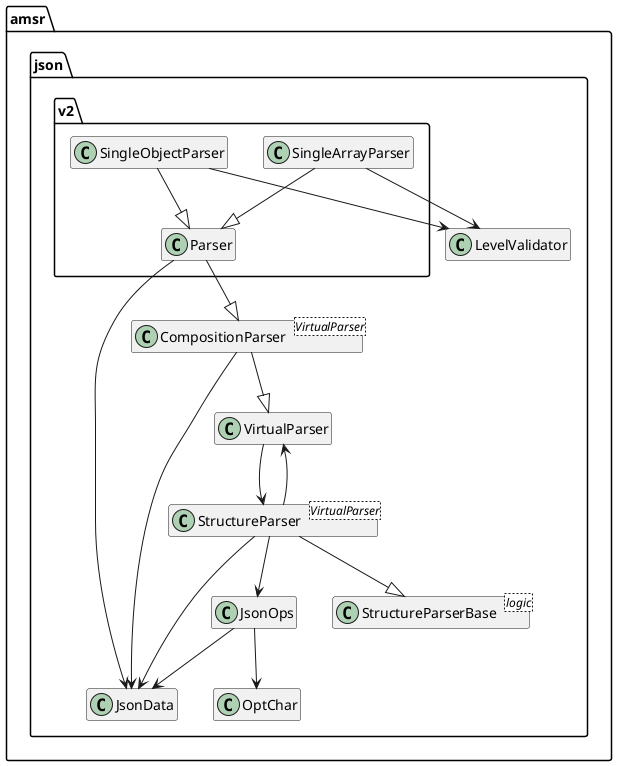
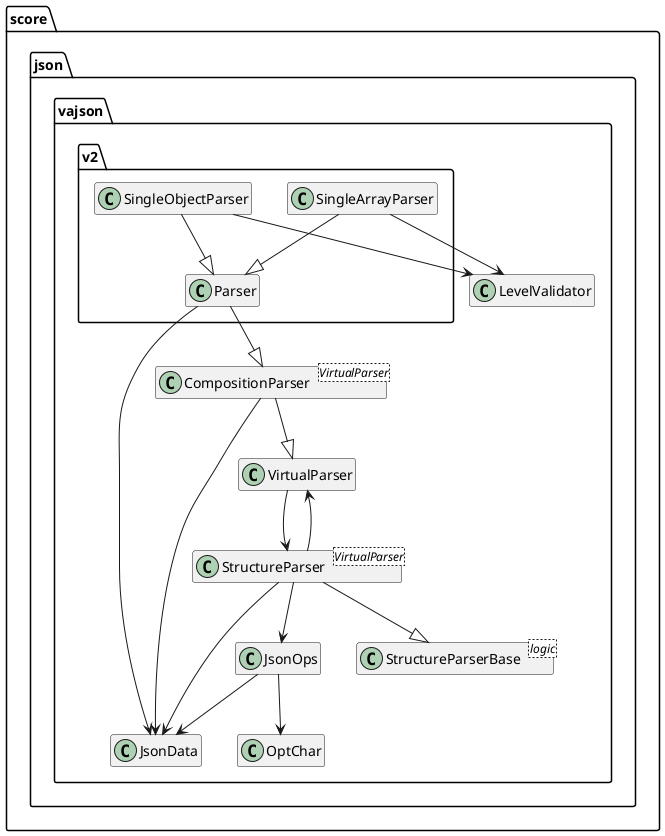
@startuml
hide empty members
set namespaceSeparator ::
- namespace amsr {
+ namespace score {
namespace json {
+ namespace vajson {

   class LevelValidator {}

   class CompositionParser<VirtualParser> {}

   class VirtualParser {}

   class StructureParser<VirtualParser> {}
   class StructureParserBase<logic> {}

   class JsonData {}
   class JsonOps {}

   namespace v2 {
      class SingleArrayParser {}

      class SingleObjectParser {}

      class Parser {}

      SingleArrayParser --|> Parser
-       SingleArrayParser --> amsr::json::LevelValidator
+       SingleArrayParser --> score::json::vajson::LevelValidator

      SingleObjectParser --|> Parser
-       SingleObjectParser --> amsr::json::LevelValidator
+       SingleObjectParser --> score::json::vajson::LevelValidator

-       Parser --|> amsr::json::CompositionParser
-       Parser --> amsr::json::JsonData
+       Parser --|> score::json::vajson::CompositionParser
+       Parser --> score::json::vajson::JsonData
   }

   CompositionParser --|> VirtualParser
   CompositionParser --> JsonData

   VirtualParser --> StructureParser

   StructureParser --> JsonData
   StructureParser --|> StructureParserBase
   StructureParser --> VirtualParser
   StructureParser --> JsonOps

   JsonOps --> JsonData
   JsonOps --> OptChar

}
}
+ }

@enduml
